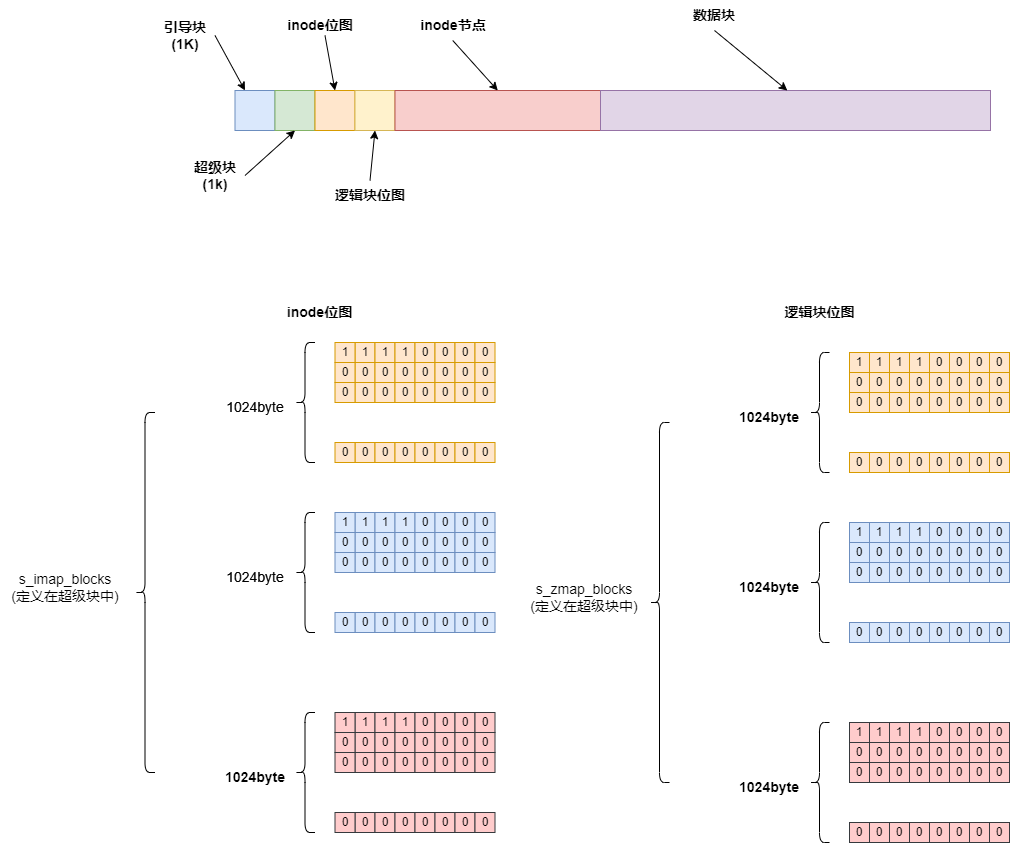
The draw.io diagram blog/Linux/Linux-0.11-fs/minix_fs.drawio.png in zgjsxx/static-img-repo, before a commit. Source tidied: cells renumbered, new cells last; positions are measured from the earlier drawing's top-left corner, leaving out a move shared by most shapes.
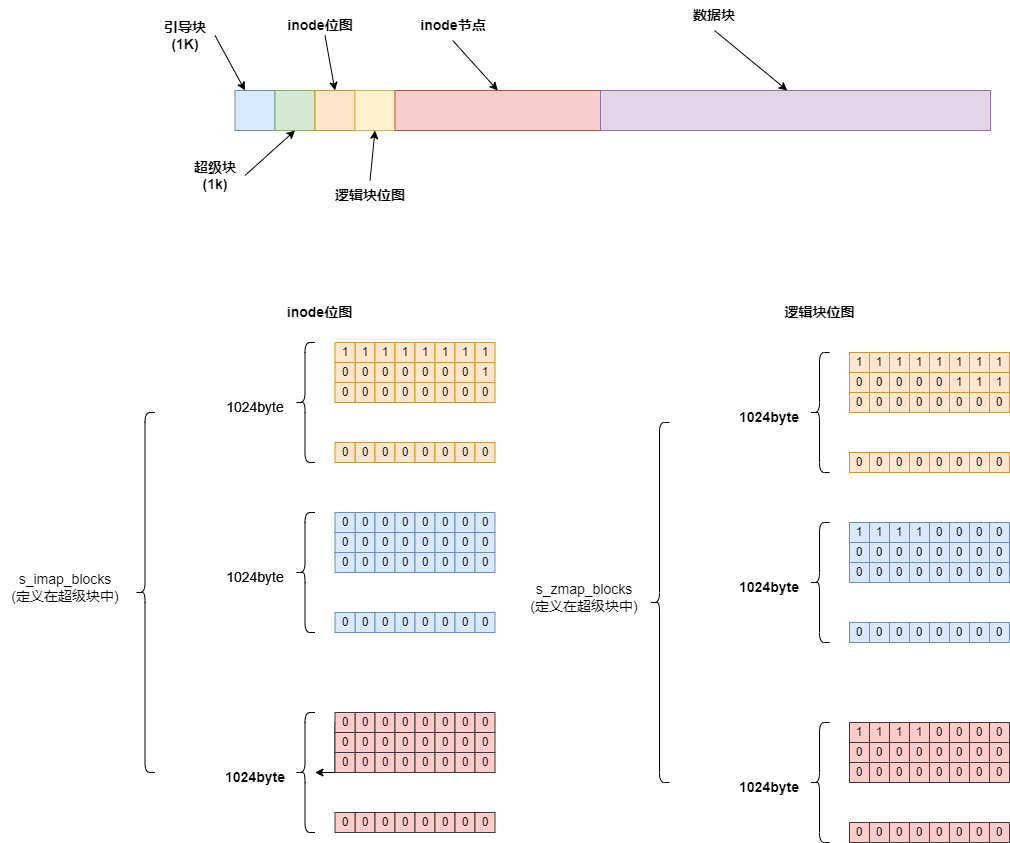
The same diagram one commit later.

Diff of the diagram source:
```diff
@@ -64,16 +64,16 @@
     <mxCell id="21" value="1" style="rounded=0;whiteSpace=wrap;html=1;fillColor=#ffe6cc;strokeColor=#d79b00;" parent="1" vertex="1">
       <mxGeometry x="394.5" y="342" width="20" height="20" as="geometry" />
     </mxCell>
-    <mxCell id="22" value="0" style="rounded=0;whiteSpace=wrap;html=1;fillColor=#ffe6cc;strokeColor=#d79b00;" parent="1" vertex="1">
+    <mxCell id="22" value="1" style="rounded=0;whiteSpace=wrap;html=1;fillColor=#ffe6cc;strokeColor=#d79b00;" parent="1" vertex="1">
       <mxGeometry x="414.5" y="342" width="20" height="20" as="geometry" />
     </mxCell>
-    <mxCell id="23" value="0" style="rounded=0;whiteSpace=wrap;html=1;fillColor=#ffe6cc;strokeColor=#d79b00;" parent="1" vertex="1">
+    <mxCell id="23" value="1" style="rounded=0;whiteSpace=wrap;html=1;fillColor=#ffe6cc;strokeColor=#d79b00;" parent="1" vertex="1">
       <mxGeometry x="434.5" y="342" width="20" height="20" as="geometry" />
     </mxCell>
-    <mxCell id="24" value="0" style="rounded=0;whiteSpace=wrap;html=1;fillColor=#ffe6cc;strokeColor=#d79b00;" parent="1" vertex="1">
+    <mxCell id="24" value="1" style="rounded=0;whiteSpace=wrap;html=1;fillColor=#ffe6cc;strokeColor=#d79b00;" parent="1" vertex="1">
       <mxGeometry x="454.5" y="342" width="20" height="20" as="geometry" />
     </mxCell>
-    <mxCell id="25" value="0" style="rounded=0;whiteSpace=wrap;html=1;fillColor=#ffe6cc;strokeColor=#d79b00;" parent="1" vertex="1">
+    <mxCell id="25" value="1" style="rounded=0;whiteSpace=wrap;html=1;fillColor=#ffe6cc;strokeColor=#d79b00;" parent="1" vertex="1">
       <mxGeometry x="474.5" y="342" width="20" height="20" as="geometry" />
     </mxCell>
     <mxCell id="26" value="1" style="rounded=0;whiteSpace=wrap;html=1;fillColor=#ffe6cc;strokeColor=#d79b00;" parent="1" vertex="1">
@@ -97,7 +97,7 @@
     <mxCell id="32" value="0" style="rounded=0;whiteSpace=wrap;html=1;fillColor=#ffe6cc;strokeColor=#d79b00;" parent="1" vertex="1">
       <mxGeometry x="454.5" y="362" width="20" height="20" as="geometry" />
     </mxCell>
-    <mxCell id="33" value="0" style="rounded=0;whiteSpace=wrap;html=1;fillColor=#ffe6cc;strokeColor=#d79b00;" parent="1" vertex="1">
+    <mxCell id="33" value="1" style="rounded=0;whiteSpace=wrap;html=1;fillColor=#ffe6cc;strokeColor=#d79b00;" parent="1" vertex="1">
       <mxGeometry x="474.5" y="362" width="20" height="20" as="geometry" />
     </mxCell>
     <mxCell id="34" value="0" style="rounded=0;whiteSpace=wrap;html=1;fillColor=#ffe6cc;strokeColor=#d79b00;" parent="1" vertex="1">
@@ -157,13 +157,13 @@
     <mxCell id="52" value="1024byte" style="text;strokeColor=none;align=center;fillColor=none;html=1;verticalAlign=middle;whiteSpace=wrap;rounded=0;fontSize=14;" parent="1" vertex="1">
       <mxGeometry x="224.5" y="392" width="60" height="30" as="geometry" />
     </mxCell>
-    <mxCell id="53" value="1" style="rounded=0;whiteSpace=wrap;html=1;fillColor=#dae8fc;strokeColor=#6c8ebf;" parent="1" vertex="1">
+    <mxCell id="53" value="0" style="rounded=0;whiteSpace=wrap;html=1;fillColor=#dae8fc;strokeColor=#6c8ebf;" parent="1" vertex="1">
       <mxGeometry x="354.5" y="512" width="20" height="20" as="geometry" />
     </mxCell>
-    <mxCell id="54" value="1" style="rounded=0;whiteSpace=wrap;html=1;fillColor=#dae8fc;strokeColor=#6c8ebf;" parent="1" vertex="1">
+    <mxCell id="54" value="0" style="rounded=0;whiteSpace=wrap;html=1;fillColor=#dae8fc;strokeColor=#6c8ebf;" parent="1" vertex="1">
       <mxGeometry x="374.5" y="512" width="20" height="20" as="geometry" />
     </mxCell>
-    <mxCell id="55" value="1" style="rounded=0;whiteSpace=wrap;html=1;fillColor=#dae8fc;strokeColor=#6c8ebf;" parent="1" vertex="1">
+    <mxCell id="55" value="0" style="rounded=0;whiteSpace=wrap;html=1;fillColor=#dae8fc;strokeColor=#6c8ebf;" parent="1" vertex="1">
       <mxGeometry x="394.5" y="512" width="20" height="20" as="geometry" />
     </mxCell>
     <mxCell id="56" value="0" style="rounded=0;whiteSpace=wrap;html=1;fillColor=#dae8fc;strokeColor=#6c8ebf;" parent="1" vertex="1">
@@ -178,7 +178,7 @@
     <mxCell id="59" value="0" style="rounded=0;whiteSpace=wrap;html=1;fillColor=#dae8fc;strokeColor=#6c8ebf;" parent="1" vertex="1">
       <mxGeometry x="474.5" y="512" width="20" height="20" as="geometry" />
     </mxCell>
-    <mxCell id="60" value="1" style="rounded=0;whiteSpace=wrap;html=1;fillColor=#dae8fc;strokeColor=#6c8ebf;" parent="1" vertex="1">
+    <mxCell id="60" value="0" style="rounded=0;whiteSpace=wrap;html=1;fillColor=#dae8fc;strokeColor=#6c8ebf;" parent="1" vertex="1">
       <mxGeometry x="334.5" y="512" width="20" height="20" as="geometry" />
     </mxCell>
     <mxCell id="61" value="0" style="rounded=0;whiteSpace=wrap;html=1;fillColor=#dae8fc;strokeColor=#6c8ebf;" parent="1" vertex="1">
@@ -259,13 +259,16 @@
     <mxCell id="86" value="1024byte" style="text;strokeColor=none;align=center;fillColor=none;html=1;verticalAlign=middle;whiteSpace=wrap;rounded=0;fontSize=14;" parent="1" vertex="1">
       <mxGeometry x="224.5" y="562" width="60" height="30" as="geometry" />
     </mxCell>
+    <mxCell id="232" style="edgeStyle=orthogonalEdgeStyle;rounded=0;jettySize=auto;html=1;fontSize=14;" parent="1" edge="1" source="87" target="111">
+      <mxGeometry relative="1" as="geometry" />
+    </mxCell>
-    <mxCell id="87" value="1" style="rounded=0;whiteSpace=wrap;html=1;fillColor=#ffcccc;strokeColor=#36393d;" parent="1" vertex="1">
+    <mxCell id="87" value="0" style="rounded=0;whiteSpace=wrap;html=1;fillColor=#ffcccc;strokeColor=#36393d;" parent="1" vertex="1">
       <mxGeometry x="354.5" y="712" width="20" height="20" as="geometry" />
     </mxCell>
-    <mxCell id="88" value="1" style="rounded=0;whiteSpace=wrap;html=1;fillColor=#ffcccc;strokeColor=#36393d;" parent="1" vertex="1">
+    <mxCell id="88" value="0" style="rounded=0;whiteSpace=wrap;html=1;fillColor=#ffcccc;strokeColor=#36393d;" parent="1" vertex="1">
       <mxGeometry x="374.5" y="712" width="20" height="20" as="geometry" />
     </mxCell>
-    <mxCell id="89" value="1" style="rounded=0;whiteSpace=wrap;html=1;fillColor=#ffcccc;strokeColor=#36393d;" parent="1" vertex="1">
+    <mxCell id="89" value="0" style="rounded=0;whiteSpace=wrap;html=1;fillColor=#ffcccc;strokeColor=#36393d;" parent="1" vertex="1">
       <mxGeometry x="394.5" y="712" width="20" height="20" as="geometry" />
     </mxCell>
     <mxCell id="90" value="0" style="rounded=0;whiteSpace=wrap;html=1;fillColor=#ffcccc;strokeColor=#36393d;" parent="1" vertex="1">
@@ -280,7 +283,7 @@
     <mxCell id="93" value="0" style="rounded=0;whiteSpace=wrap;html=1;fillColor=#ffcccc;strokeColor=#36393d;" parent="1" vertex="1">
       <mxGeometry x="474.5" y="712" width="20" height="20" as="geometry" />
     </mxCell>
-    <mxCell id="94" value="1" style="rounded=0;whiteSpace=wrap;html=1;fillColor=#ffcccc;strokeColor=#36393d;" parent="1" vertex="1">
+    <mxCell id="94" value="0" style="rounded=0;whiteSpace=wrap;html=1;fillColor=#ffcccc;strokeColor=#36393d;" parent="1" vertex="1">
       <mxGeometry x="334.5" y="712" width="20" height="20" as="geometry" />
     </mxCell>
     <mxCell id="95" value="0" style="rounded=0;whiteSpace=wrap;html=1;fillColor=#ffcccc;strokeColor=#36393d;" parent="1" vertex="1">
@@ -379,16 +382,16 @@
     <mxCell id="126" value="1" style="rounded=0;whiteSpace=wrap;html=1;fillColor=#ffe6cc;strokeColor=#d79b00;" parent="1" vertex="1">
       <mxGeometry x="909" y="352" width="20" height="20" as="geometry" />
     </mxCell>
-    <mxCell id="127" value="0" style="rounded=0;whiteSpace=wrap;html=1;fillColor=#ffe6cc;strokeColor=#d79b00;" parent="1" vertex="1">
+    <mxCell id="127" value="1" style="rounded=0;whiteSpace=wrap;html=1;fillColor=#ffe6cc;strokeColor=#d79b00;" parent="1" vertex="1">
       <mxGeometry x="929" y="352" width="20" height="20" as="geometry" />
     </mxCell>
-    <mxCell id="128" value="0" style="rounded=0;whiteSpace=wrap;html=1;fillColor=#ffe6cc;strokeColor=#d79b00;" parent="1" vertex="1">
+    <mxCell id="128" value="1" style="rounded=0;whiteSpace=wrap;html=1;fillColor=#ffe6cc;strokeColor=#d79b00;" parent="1" vertex="1">
       <mxGeometry x="949" y="352" width="20" height="20" as="geometry" />
     </mxCell>
-    <mxCell id="129" value="0" style="rounded=0;whiteSpace=wrap;html=1;fillColor=#ffe6cc;strokeColor=#d79b00;" parent="1" vertex="1">
+    <mxCell id="129" value="1" style="rounded=0;whiteSpace=wrap;html=1;fillColor=#ffe6cc;strokeColor=#d79b00;" parent="1" vertex="1">
       <mxGeometry x="969" y="352" width="20" height="20" as="geometry" />
     </mxCell>
-    <mxCell id="130" value="0" style="rounded=0;whiteSpace=wrap;html=1;fillColor=#ffe6cc;strokeColor=#d79b00;" parent="1" vertex="1">
+    <mxCell id="130" value="1" style="rounded=0;whiteSpace=wrap;html=1;fillColor=#ffe6cc;strokeColor=#d79b00;" parent="1" vertex="1">
       <mxGeometry x="989" y="352" width="20" height="20" as="geometry" />
     </mxCell>
     <mxCell id="131" value="1" style="rounded=0;whiteSpace=wrap;html=1;fillColor=#ffe6cc;strokeColor=#d79b00;" parent="1" vertex="1">
@@ -406,13 +409,13 @@
     <mxCell id="135" value="0" style="rounded=0;whiteSpace=wrap;html=1;fillColor=#ffe6cc;strokeColor=#d79b00;" parent="1" vertex="1">
       <mxGeometry x="929" y="372" width="20" height="20" as="geometry" />
     </mxCell>
-    <mxCell id="136" value="0" style="rounded=0;whiteSpace=wrap;html=1;fillColor=#ffe6cc;strokeColor=#d79b00;" parent="1" vertex="1">
+    <mxCell id="136" value="1" style="rounded=0;whiteSpace=wrap;html=1;fillColor=#ffe6cc;strokeColor=#d79b00;" parent="1" vertex="1">
       <mxGeometry x="949" y="372" width="20" height="20" as="geometry" />
     </mxCell>
-    <mxCell id="137" value="0" style="rounded=0;whiteSpace=wrap;html=1;fillColor=#ffe6cc;strokeColor=#d79b00;" parent="1" vertex="1">
+    <mxCell id="137" value="1" style="rounded=0;whiteSpace=wrap;html=1;fillColor=#ffe6cc;strokeColor=#d79b00;" parent="1" vertex="1">
       <mxGeometry x="969" y="372" width="20" height="20" as="geometry" />
     </mxCell>
-    <mxCell id="138" value="0" style="rounded=0;whiteSpace=wrap;html=1;fillColor=#ffe6cc;strokeColor=#d79b00;" parent="1" vertex="1">
+    <mxCell id="138" value="1" style="rounded=0;whiteSpace=wrap;html=1;fillColor=#ffe6cc;strokeColor=#d79b00;" parent="1" vertex="1">
       <mxGeometry x="989" y="372" width="20" height="20" as="geometry" />
     </mxCell>
     <mxCell id="139" value="0" style="rounded=0;whiteSpace=wrap;html=1;fillColor=#ffe6cc;strokeColor=#d79b00;" parent="1" vertex="1">
```
